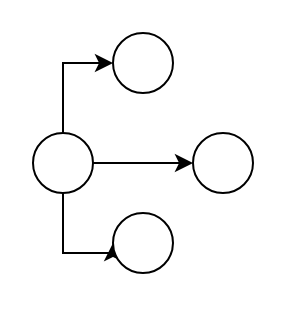
CamilleZxt/asset keeps this draw.io diagram as Untitled Diagram.drawio. Above is the earlier version. Source tidied: cells renumbered, new cells numbered last; positions are measured from the earlier drawing's top-left corner, leaving out a move shared by most shapes. Both pictures are drawn from the tidied source at 200%, with x=0, y=0 at pixel (32, 32).
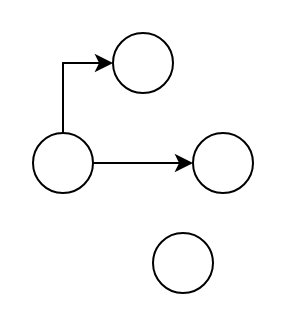
The same page after the edit.

Change to the diagram source:
```diff
@@
 <mxGraphModel>
   <root>
     <mxCell id="0" />
     <mxCell id="1" parent="0" />
     <mxCell id="2" style="ellipse;whiteSpace=wrap;html=1;" parent="1" vertex="1">
       <mxGeometry x="40" width="30" height="30" as="geometry" />
     </mxCell>
     <mxCell id="3" style="edgeStyle=orthogonalEdgeStyle;rounded=0;jettySize=auto;html=1;exitX=1;exitY=0.5;exitDx=0;exitDy=0;entryX=0;entryY=0.5;entryDx=0;entryDy=0;" parent="1" edge="1" source="6" target="8">
       <mxGeometry relative="1" as="geometry" />
     </mxCell>
     <mxCell id="4" style="edgeStyle=orthogonalEdgeStyle;rounded=0;jettySize=auto;html=1;exitX=0.5;exitY=0;exitDx=0;exitDy=0;entryX=0;entryY=0.5;entryDx=0;entryDy=0;" parent="1" edge="1" source="6" target="2">
       <mxGeometry relative="1" as="geometry" />
     </mxCell>
-    <mxCell id="5" style="edgeStyle=orthogonalEdgeStyle;rounded=0;jettySize=auto;html=1;exitX=0.5;exitY=1;exitDx=0;exitDy=0;entryX=0;entryY=0.5;entryDx=0;entryDy=0;" parent="1" edge="1" source="6" target="7">
-      <mxGeometry relative="1" as="geometry">
-        <Array as="points">
-          <mxPoint x="15" y="110" />
-          <mxPoint x="40" y="110" />
-        </Array>
-      </mxGeometry>
-    </mxCell>
     <mxCell id="6" style="ellipse;whiteSpace=wrap;html=1;" parent="1" vertex="1">
       <mxGeometry y="50" width="30" height="30" as="geometry" />
     </mxCell>
     <mxCell id="7" style="ellipse;whiteSpace=wrap;html=1;" parent="1" vertex="1">
-      <mxGeometry x="40" y="90" width="30" height="30" as="geometry" />
+      <mxGeometry x="60" y="100" width="30" height="30" as="geometry" />
     </mxCell>
     <mxCell id="8" style="ellipse;whiteSpace=wrap;html=1;" parent="1" vertex="1">
       <mxGeometry x="80" y="50" width="30" height="30" as="geometry" />
     </mxCell>
   </root>
 </mxGraphModel>
```
